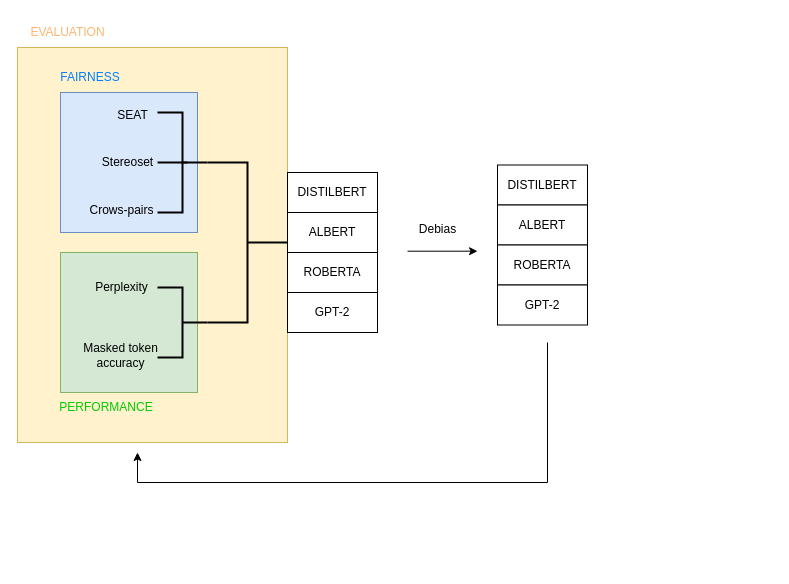
Above: img/framework.drawio in Ale-Dili/Progetto_NLP (draw.io), before the change. Source tidied: cells renumbered, new cells numbered last; positions are measured from the earlier drawing's top-left corner, leaving out a move shared by most shapes. Both pictures are drawn from the tidied source at 100%, with x=0, y=0 at pixel (17, 17).
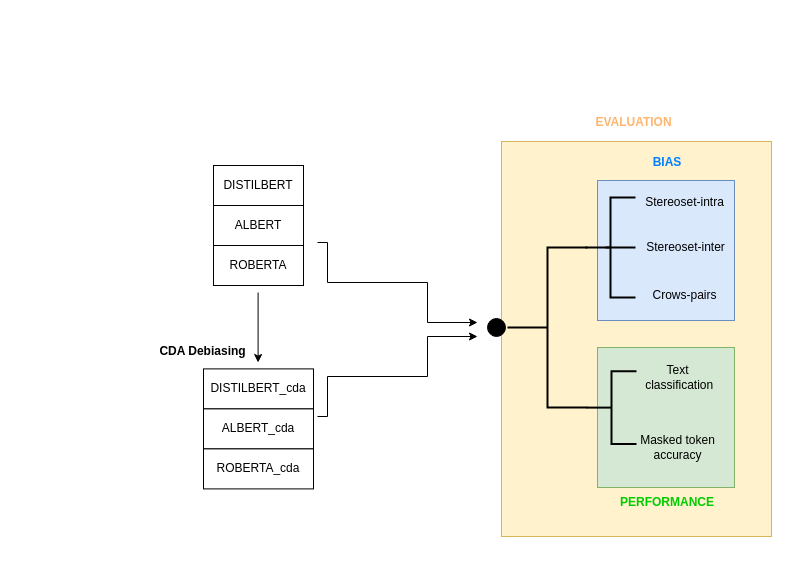
The same page after the edit.

Change to the diagram source:
```diff
@@
-    <mxCell id="2" style="rounded=0;whiteSpace=wrap;html=1;fillColor=#fff2cc;strokeColor=#d6b656;" parent="1" vertex="1">
-      <mxGeometry y="30" width="270" height="395" as="geometry" />
+    <mxCell id="2" style="rounded=0;whiteSpace=wrap;html=1;fillColor=#fff2cc;strokeColor=#d6b656;horizontal=1;direction=east;flipH=1;" parent="1" vertex="1">
+      <mxGeometry x="484" y="124" width="270" height="395" as="geometry" />
     </mxCell>
-    <mxCell id="3" style="rounded=0;whiteSpace=wrap;html=1;fillColor=#d5e8d4;strokeColor=#82b366;" parent="1" vertex="1">
-      <mxGeometry x="43" y="235" width="137" height="140" as="geometry" />
-    </mxCell>
-    <mxCell id="4" style="rounded=0;whiteSpace=wrap;html=1;fillColor=#dae8fc;strokeColor=#6c8ebf;" parent="1" vertex="1">
-      <mxGeometry x="43" y="75" width="137" height="140" as="geometry" />
-    </mxCell>
     <mxCell id="5" value="DISTILBERT" style="rounded=0;whiteSpace=wrap;html=1;" parent="1" vertex="1">
-      <mxGeometry x="270" y="155" width="90" height="40" as="geometry" />
+      <mxGeometry x="196" y="148" width="90" height="40" as="geometry" />
     </mxCell>
     <mxCell id="6" value="ALBERT" style="rounded=0;whiteSpace=wrap;html=1;" parent="1" vertex="1">
-      <mxGeometry x="270" y="195" width="90" height="40" as="geometry" />
+      <mxGeometry x="196" y="188" width="90" height="40" as="geometry" />
     </mxCell>
     <mxCell id="7" value="ROBERTA" style="rounded=0;whiteSpace=wrap;html=1;" parent="1" vertex="1">
-      <mxGeometry x="270" y="235" width="90" height="40" as="geometry" />
+      <mxGeometry x="196" y="228" width="90" height="40" as="geometry" />
     </mxCell>
-    <mxCell id="8" value="GPT-2" style="rounded=0;whiteSpace=wrap;html=1;" parent="1" vertex="1">
-      <mxGeometry x="270" y="275" width="90" height="40" as="geometry" />
-    </mxCell>
-    <mxCell id="9" style="strokeWidth=2;html=1;shape=mxgraph.flowchart.annotation_2;align=left;labelPosition=right;rotation=-180;" parent="1" vertex="1">
-      <mxGeometry x="190" y="145" width="80" height="160" as="geometry" />
-    </mxCell>
-    <mxCell id="10" style="strokeWidth=2;html=1;shape=mxgraph.flowchart.annotation_2;align=left;labelPosition=right;rotation=-180;" parent="1" vertex="1">
-      <mxGeometry x="140" y="270" width="50" height="70" as="geometry" />
-    </mxCell>
-    <mxCell id="11" style="strokeWidth=2;html=1;shape=mxgraph.flowchart.annotation_2;align=left;labelPosition=right;rotation=-180;" parent="1" vertex="1">
-      <mxGeometry x="140" y="95" width="50" height="100" as="geometry" />
-    </mxCell>
-    <mxCell id="12" style="endArrow=none;html=1;rounded=0;strokeWidth=2;" parent="1" edge="1">
-      <mxGeometry relative="1" as="geometry">
-        <mxPoint x="140" y="145" as="sourcePoint" />
-        <mxPoint x="170" y="145" as="targetPoint" />
-      </mxGeometry>
-    </mxCell>
-    <mxCell id="13" value="SEAT" style="text;html=1;align=center;verticalAlign=middle;strokeColor=none;fillColor=none;" parent="1" vertex="1">
-      <mxGeometry x="90" y="83" width="50" height="30" as="geometry" />
-    </mxCell>
-    <mxCell id="14" value="Stereoset" style="text;html=1;align=center;verticalAlign=middle;strokeColor=none;fillColor=none;" parent="1" vertex="1">
-      <mxGeometry x="75" y="130" width="70" height="30" as="geometry" />
-    </mxCell>
-    <mxCell id="15" value="Crows-pairs" style="text;html=1;align=center;verticalAlign=middle;strokeColor=none;fillColor=none;" parent="1" vertex="1">
-      <mxGeometry x="59" y="178" width="90" height="30" as="geometry" />
-    </mxCell>
-    <mxCell id="16" value="Perplexity" style="text;html=1;align=center;verticalAlign=middle;strokeColor=none;fillColor=none;" parent="1" vertex="1">
-      <mxGeometry x="64" y="255" width="80" height="30" as="geometry" />
-    </mxCell>
-    <mxCell id="17" value="Masked token&lt;br&gt;accuracy" style="text;html=1;align=center;verticalAlign=middle;strokeColor=none;fillColor=none;" parent="1" vertex="1">
-      <mxGeometry x="53" y="318" width="100" height="40" as="geometry" />
-    </mxCell>
-    <mxCell id="18" value="&lt;font style=&quot;color: rgb(0, 127, 255);&quot;&gt;FAIRNESS&lt;/font&gt;" style="text;html=1;align=center;verticalAlign=middle;whiteSpace=wrap;rounded=0;" parent="1" vertex="1">
-      <mxGeometry x="43" y="45" width="60" height="30" as="geometry" />
+    <mxCell id="18" value="&lt;font style=&quot;color: rgb(0, 127, 255);&quot;&gt;&lt;b&gt;BIAS&lt;/b&gt;&lt;/font&gt;" style="text;html=1;align=center;verticalAlign=middle;whiteSpace=wrap;rounded=0;horizontal=1;direction=east;flipH=1;" parent="1" vertex="1">
+      <mxGeometry x="620" y="130" width="60" height="30" as="geometry" />
     </mxCell>
-    <mxCell id="19" value="&lt;font style=&quot;color: rgb(0, 204, 0);&quot;&gt;PERFORMANCE&lt;/font&gt;" style="text;html=1;align=center;verticalAlign=middle;whiteSpace=wrap;rounded=0;" parent="1" vertex="1">
-      <mxGeometry x="59" y="375" width="60" height="30" as="geometry" />
-    </mxCell>
-    <mxCell id="20" value="&lt;font style=&quot;color: rgb(255, 181, 112);&quot;&gt;EVALUATION&lt;/font&gt;" style="text;html=1;align=center;verticalAlign=middle;strokeColor=none;fillColor=none;" parent="1" vertex="1">
-      <mxGeometry width="100" height="30" as="geometry" />
+    <mxCell id="20" value="&lt;font style=&quot;color: rgb(255, 181, 112);&quot;&gt;&lt;b&gt;EVALUATION&lt;/b&gt;&lt;/font&gt;" style="text;html=1;align=center;verticalAlign=middle;strokeColor=none;fillColor=none;horizontal=1;flipH=1;" parent="1" vertex="1">
+      <mxGeometry x="566" y="90" width="100" height="30" as="geometry" />
     </mxCell>
     <mxCell id="21" style="endArrow=classic;html=1;rounded=0;" parent="1" edge="1">
       <mxGeometry relative="1" as="geometry">
-        <mxPoint x="390" y="233.7" as="sourcePoint" />
-        <mxPoint x="460" y="233.7" as="targetPoint" />
+        <mxPoint x="240.6" y="275" as="sourcePoint" />
+        <mxPoint x="240.6" y="345" as="targetPoint" />
       </mxGeometry>
     </mxCell>
-    <mxCell id="22" value="Debias" style="text;html=1;align=center;verticalAlign=middle;strokeColor=none;fillColor=none;" parent="1" vertex="1">
-      <mxGeometry x="390" y="196.7" width="60" height="30" as="geometry" />
+    <mxCell id="22" value="&lt;b&gt;CDA Debiasing&lt;/b&gt;" style="text;html=1;align=center;verticalAlign=middle;strokeColor=none;fillColor=none;" parent="1" vertex="1">
+      <mxGeometry x="130" y="319" width="110" height="30" as="geometry" />
     </mxCell>
-    <mxCell id="23" value="DISTILBERT" style="rounded=0;whiteSpace=wrap;html=1;" parent="1" vertex="1">
-      <mxGeometry x="480" y="147.5" width="90" height="40" as="geometry" />
+    <mxCell id="23" value="DISTILBERT_cda" style="rounded=0;whiteSpace=wrap;html=1;" parent="1" vertex="1">
+      <mxGeometry x="186" y="351.4" width="110" height="40" as="geometry" />
     </mxCell>
-    <mxCell id="24" value="ALBERT" style="rounded=0;whiteSpace=wrap;html=1;" parent="1" vertex="1">
-      <mxGeometry x="480" y="187.5" width="90" height="40" as="geometry" />
+    <mxCell id="24" value="ALBERT_cda" style="rounded=0;whiteSpace=wrap;html=1;" parent="1" vertex="1">
+      <mxGeometry x="186" y="391.4" width="110" height="40" as="geometry" />
     </mxCell>
-    <mxCell id="25" value="ROBERTA" style="rounded=0;whiteSpace=wrap;html=1;" parent="1" vertex="1">
-      <mxGeometry x="480" y="227.5" width="90" height="40" as="geometry" />
+    <mxCell id="25" value="ROBERTA_cda" style="rounded=0;whiteSpace=wrap;html=1;" parent="1" vertex="1">
+      <mxGeometry x="186" y="431.4" width="110" height="40" as="geometry" />
     </mxCell>
-    <mxCell id="26" value="GPT-2" style="rounded=0;whiteSpace=wrap;html=1;" parent="1" vertex="1">
-      <mxGeometry x="480" y="267.5" width="90" height="40" as="geometry" />
-    </mxCell>
-    <mxCell id="27" style="endArrow=classic;html=1;rounded=0;" parent="1" edge="1">
-      <mxGeometry relative="1" as="geometry">
-        <mxPoint x="530" y="325" as="sourcePoint" />
-        <mxPoint x="120" y="435" as="targetPoint" />
-        <Array as="points">
-          <mxPoint x="530" y="465" />
-          <mxPoint x="120" y="465" />
-        </Array>
-      </mxGeometry>
-    </mxCell>
+    <mxCell id="28" style="group;" parent="1" vertex="1">
+      <mxGeometry x="490" y="180" width="227" height="370" as="geometry" />
+    </mxCell>
+    <mxCell id="3" style="rounded=0;whiteSpace=wrap;html=1;fillColor=#d5e8d4;strokeColor=#82b366;horizontal=1;direction=east;flipH=1;" parent="28" vertex="1">
+      <mxGeometry x="90" y="150" width="137" height="140" as="geometry" />
+    </mxCell>
+    <mxCell id="29" style="group;" parent="28" vertex="1">
+      <mxGeometry width="227" height="246.4" as="geometry" />
+    </mxCell>
+    <mxCell id="9" style="strokeWidth=2;html=1;shape=mxgraph.flowchart.annotation_2;align=left;labelPosition=right;rotation=-180;horizontal=1;direction=east;flipH=1;" parent="29" vertex="1">
+      <mxGeometry y="50" width="80" height="160" as="geometry" />
+    </mxCell>
+    <mxCell id="10" style="strokeWidth=2;html=1;shape=mxgraph.flowchart.annotation_2;align=left;labelPosition=right;rotation=-180;horizontal=1;direction=east;flipH=1;" parent="29" vertex="1">
+      <mxGeometry x="79" y="173.8" width="50" height="72.6" as="geometry" />
+    </mxCell>
+    <mxCell id="30" style="group;" parent="29" vertex="1">
+      <mxGeometry x="78" width="149" height="130" as="geometry" />
+    </mxCell>
+    <mxCell id="4" style="rounded=0;whiteSpace=wrap;html=1;fillColor=#dae8fc;strokeColor=#6c8ebf;horizontal=1;direction=east;flipH=1;" parent="30" vertex="1">
+      <mxGeometry x="12" y="-17" width="137" height="140" as="geometry" />
+    </mxCell>
+    <mxCell id="11" style="strokeWidth=2;html=1;shape=mxgraph.flowchart.annotation_2;align=left;labelPosition=right;rotation=-180;horizontal=1;direction=east;flipH=1;" parent="30" vertex="1">
+      <mxGeometry width="50" height="100" as="geometry" />
+    </mxCell>
+    <mxCell id="12" style="endArrow=none;html=1;rounded=0;strokeWidth=2;horizontal=1;" parent="30" edge="1">
+      <mxGeometry relative="1" as="geometry">
+        <mxPoint x="50" y="50" as="sourcePoint" />
+        <mxPoint x="20" y="50" as="targetPoint" />
+      </mxGeometry>
+    </mxCell>
+    <mxCell id="14" value="Stereoset-inter" style="text;html=1;align=center;verticalAlign=middle;strokeColor=none;fillColor=none;horizontal=1;flipH=1;" parent="30" vertex="1">
+      <mxGeometry x="50" y="35" width="100" height="30" as="geometry" />
+    </mxCell>
+    <mxCell id="15" value="Crows-pairs" style="text;html=1;align=center;verticalAlign=middle;strokeColor=none;fillColor=none;horizontal=1;flipH=1;" parent="30" vertex="1">
+      <mxGeometry x="54" y="83.4" width="90" height="30" as="geometry" />
+    </mxCell>
+    <mxCell id="13" value="Stereoset-intra" style="text;html=1;align=center;verticalAlign=middle;strokeColor=none;fillColor=none;horizontal=1;flipH=1;" parent="30" vertex="1">
+      <mxGeometry x="49" y="-10" width="100" height="30" as="geometry" />
+    </mxCell>
+    <mxCell id="17" value="Masked token&lt;br&gt;accuracy" style="text;html=1;align=center;verticalAlign=middle;strokeColor=none;fillColor=none;horizontal=1;flipH=1;" parent="28" vertex="1">
+      <mxGeometry x="120" y="230" width="100" height="40" as="geometry" />
+    </mxCell>
+    <mxCell id="16" value="Text&lt;div&gt;&amp;nbsp;classification&lt;/div&gt;" style="text;html=1;align=center;verticalAlign=middle;strokeColor=none;fillColor=none;horizontal=1;flipH=1;" parent="28" vertex="1">
+      <mxGeometry x="125" y="160" width="90" height="40" as="geometry" />
+    </mxCell>
+    <mxCell id="19" value="&lt;font style=&quot;color: rgb(0, 204, 0);&quot;&gt;&lt;b&gt;PERFORMANCE&lt;/b&gt;&lt;/font&gt;" style="text;html=1;align=center;verticalAlign=middle;whiteSpace=wrap;rounded=0;horizontal=1;direction=east;flipH=1;" parent="1" vertex="1">
+      <mxGeometry x="620" y="470" width="60" height="30" as="geometry" />
+    </mxCell>
+    <mxCell id="31" style="endArrow=classic;html=1;rounded=0;" parent="1" edge="1">
+      <mxGeometry relative="1" as="geometry">
+        <mxPoint x="300" y="225" as="sourcePoint" />
+        <mxPoint x="460" y="305" as="targetPoint" />
+        <Array as="points">
+          <mxPoint x="310" y="225" />
+          <mxPoint x="310" y="265" />
+          <mxPoint x="410" y="265" />
+          <mxPoint x="410" y="305" />
+        </Array>
+      </mxGeometry>
+    </mxCell>
+    <mxCell id="32" style="ellipse;whiteSpace=wrap;html=1;gradientColor=none;fillColor=#000000;" parent="1" vertex="1">
+      <mxGeometry x="470" y="301" width="18" height="18" as="geometry" />
+    </mxCell>
+    <mxCell id="33" style="endArrow=classic;html=1;rounded=0;" parent="1" edge="1">
+      <mxGeometry relative="1" as="geometry">
+        <mxPoint x="300" y="399" as="sourcePoint" />
+        <mxPoint x="460" y="319" as="targetPoint" />
+        <Array as="points">
+          <mxPoint x="310" y="399" />
+          <mxPoint x="310" y="359" />
+          <mxPoint x="410" y="359" />
+          <mxPoint x="410" y="319" />
+        </Array>
+      </mxGeometry>
+    </mxCell>
```
